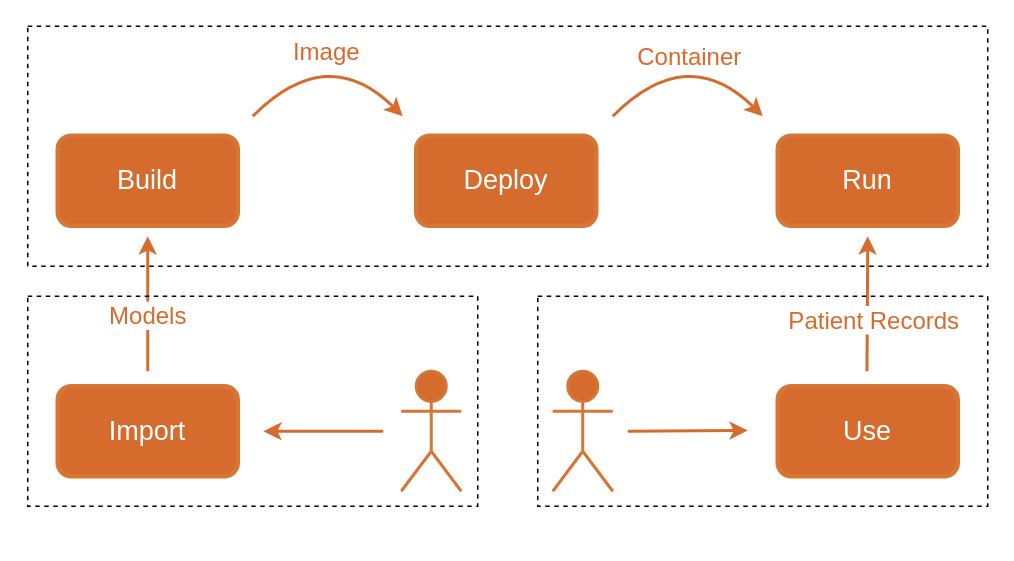
Before: Draw.io/Three Stakeholders' work.drawio in kang-theo/Storage, a draw.io diagram. Source tidied: cells renumbered, new cells numbered last; positions are measured from the earlier drawing's top-left corner, leaving out a move shared by most shapes. Both pictures are drawn from the tidied source at 150%, with x=0, y=0 at pixel (27, 26).
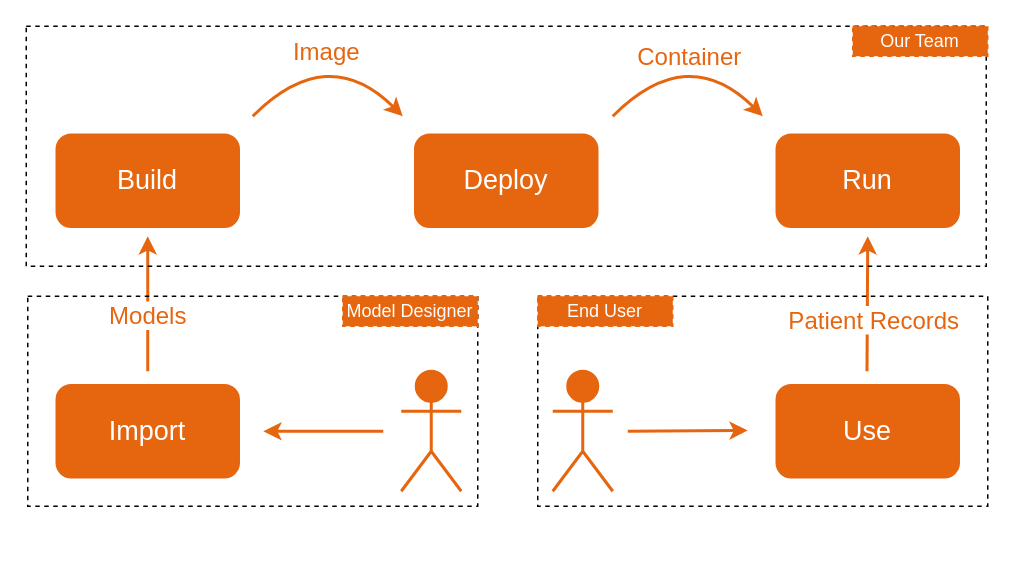
After the change.

Change to the diagram source:
```diff
@@
-    <mxCell id="2" value="Build" style="rounded=1;whiteSpace=wrap;html=1;sketch=0;fontSize=18;fontColor=#FFFFFF;strokeColor=#D77535;strokeWidth=3;fillColor=#D56C2D;" parent="1" vertex="1">
+    <mxCell id="2" value="Build" style="rounded=1;whiteSpace=wrap;html=1;sketch=0;fontSize=18;fontColor=#FFFFFF;strokeColor=#E6650F;strokeWidth=3;fillColor=#E6650F;" parent="1" vertex="1">
       <mxGeometry x="20" y="73" width="120" height="60" as="geometry" />
     </mxCell>
-    <mxCell id="3" value="Deploy" style="rounded=1;whiteSpace=wrap;html=1;sketch=0;fontSize=18;fontColor=#FFFFFF;strokeColor=#D77535;strokeWidth=3;fillColor=#D56C2D;" parent="1" vertex="1">
+    <mxCell id="3" value="Deploy" style="rounded=1;whiteSpace=wrap;html=1;sketch=0;fontSize=18;fontColor=#FFFFFF;strokeColor=#E6650F;strokeWidth=3;fillColor=#E6650F;" parent="1" vertex="1">
       <mxGeometry x="259" y="73" width="120" height="60" as="geometry" />
     </mxCell>
-    <mxCell id="4" value="Run" style="rounded=1;whiteSpace=wrap;html=1;sketch=0;fontSize=18;fontColor=#FFFFFF;strokeColor=#D77535;strokeWidth=3;fillColor=#D56C2D;" parent="1" vertex="1">
+    <mxCell id="4" value="Run" style="rounded=1;whiteSpace=wrap;html=1;sketch=0;fontSize=18;fontColor=#FFFFFF;strokeColor=#E6650F;strokeWidth=3;fillColor=#E6650F;" parent="1" vertex="1">
       <mxGeometry x="500" y="73" width="120" height="60" as="geometry" />
     </mxCell>
-    <mxCell id="5" value="Import" style="rounded=1;whiteSpace=wrap;html=1;sketch=0;fontSize=18;fontColor=#FFFFFF;strokeColor=#D77535;strokeWidth=3;fillColor=#D56C2D;" parent="1" vertex="1">
+    <mxCell id="5" value="Import" style="rounded=1;whiteSpace=wrap;html=1;sketch=0;fontSize=18;fontColor=#FFFFFF;strokeColor=#E6650F;strokeWidth=3;fillColor=#E6650F;" parent="1" vertex="1">
       <mxGeometry x="20" y="240" width="120" height="60" as="geometry" />
     </mxCell>
-    <mxCell id="6" value="Use" style="rounded=1;whiteSpace=wrap;html=1;sketch=0;fontSize=18;fontColor=#FFFFFF;strokeColor=#D77535;strokeWidth=3;fillColor=#D56C2D;" parent="1" vertex="1">
+    <mxCell id="6" value="Use" style="rounded=1;whiteSpace=wrap;html=1;sketch=0;fontSize=18;fontColor=#FFFFFF;strokeColor=#E6650F;strokeWidth=3;fillColor=#E6650F;" parent="1" vertex="1">
       <mxGeometry x="500" y="240" width="120" height="60" as="geometry" />
     </mxCell>
-    <mxCell id="7" value="Actor" style="shape=umlActor;verticalLabelPosition=bottom;verticalAlign=top;html=1;sketch=0;fontSize=18;fontColor=#FFFFFF;strokeColor=#D77535;strokeWidth=2;fillColor=#D56C2D;" parent="1" vertex="1">
+    <mxCell id="7" value="Actor" style="shape=umlActor;verticalLabelPosition=bottom;verticalAlign=top;html=1;sketch=0;fontSize=18;fontColor=#FFFFFF;strokeColor=#E6650F;strokeWidth=2;fillColor=#E6650F;" parent="1" vertex="1">
       <mxGeometry x="249" y="230" width="40" height="80" as="geometry" />
     </mxCell>
-    <mxCell id="8" value="Actor" style="shape=umlActor;verticalLabelPosition=bottom;verticalAlign=top;html=1;sketch=0;fontSize=18;fontColor=#FFFFFF;strokeColor=#D77535;strokeWidth=2;fillColor=#D56C2D;" parent="1" vertex="1">
+    <mxCell id="8" value="Actor" style="shape=umlActor;verticalLabelPosition=bottom;verticalAlign=top;html=1;sketch=0;fontSize=18;fontColor=#FFFFFF;strokeColor=#E6650F;strokeWidth=2;fillColor=#E6650F;" parent="1" vertex="1">
       <mxGeometry x="350" y="230" width="40" height="80" as="geometry" />
     </mxCell>
-    <mxCell id="9" style="endArrow=classic;html=1;sketch=0;fontSize=18;fontColor=#FFFFFF;strokeColor=#D56C2D;strokeWidth=2;curved=1;" parent="1" edge="1">
+    <mxCell id="9" style="endArrow=classic;html=1;sketch=0;fontSize=18;fontColor=#FFFFFF;strokeColor=#E6650F;strokeWidth=2;curved=1;" parent="1" edge="1">
       <mxGeometry relative="1" as="geometry">
         <mxPoint x="150" y="60" as="sourcePoint" />
         <mxPoint x="250" y="60" as="targetPoint" />
         <Array as="points">
           <mxPoint x="200" y="10" />
         </Array>
       </mxGeometry>
     </mxCell>
-    <mxCell id="10" value="Image" style="edgeLabel;html=1;align=center;verticalAlign=middle;fontSize=16;fontColor=#D56C2D;" parent="9" vertex="1">
+    <mxCell id="10" value="Image" style="edgeLabel;html=1;align=center;verticalAlign=middle;fontSize=16;fontColor=#E6650F;" parent="9" vertex="1">
       <mxGeometry x="-0.23" y="-12" relative="1" as="geometry">
         <mxPoint x="2" y="-14" as="offset" />
       </mxGeometry>
     </mxCell>
-    <mxCell id="11" style="endArrow=classic;html=1;sketch=0;fontSize=18;fontColor=#FFFFFF;strokeColor=#D56C2D;strokeWidth=2;curved=1;" parent="1" edge="1">
+    <mxCell id="11" style="endArrow=classic;html=1;sketch=0;fontSize=18;fontColor=#FFFFFF;strokeColor=#E6650F;strokeWidth=2;curved=1;" parent="1" edge="1">
       <mxGeometry relative="1" as="geometry">
         <mxPoint x="390" y="60" as="sourcePoint" />
         <mxPoint x="490" y="60" as="targetPoint" />
         <Array as="points">
           <mxPoint x="440" y="10" />
         </Array>
       </mxGeometry>
     </mxCell>
-    <mxCell id="12" value="Container" style="edgeLabel;html=1;align=center;verticalAlign=middle;fontSize=16;fontColor=#D56C2D;" parent="11" vertex="1">
+    <mxCell id="12" value="Container" style="edgeLabel;html=1;align=center;verticalAlign=middle;fontSize=16;fontColor=#E6650F;" parent="11" vertex="1">
       <mxGeometry x="-0.3" y="-17" relative="1" as="geometry">
         <mxPoint x="4" y="-18" as="offset" />
       </mxGeometry>
     </mxCell>
-    <mxCell id="13" style="endArrow=classic;html=1;sketch=0;fontSize=18;fontColor=#FFFFFF;strokeColor=#D56C2D;strokeWidth=2;curved=1;" parent="1" edge="1">
+    <mxCell id="13" style="endArrow=classic;html=1;sketch=0;fontSize=18;fontColor=#FFFFFF;strokeColor=#E6650F;strokeWidth=2;curved=1;" parent="1" edge="1">
       <mxGeometry relative="1" as="geometry">
         <mxPoint x="80" y="230" as="sourcePoint" />
         <mxPoint x="80" y="140" as="targetPoint" />
       </mxGeometry>
     </mxCell>
-    <mxCell id="14" value="&lt;font style=&quot;font-size: 16px;&quot;&gt;Models&lt;/font&gt;" style="edgeLabel;html=1;align=center;verticalAlign=top;fontSize=16;fontColor=#D56C2D;" parent="13" vertex="1">
+    <mxCell id="14" value="&lt;font style=&quot;font-size: 16px&quot; color=&quot;#e6650f&quot;&gt;Models&lt;/font&gt;" style="edgeLabel;html=1;align=center;verticalAlign=top;fontSize=16;fontColor=#D56C2D;" parent="13" vertex="1">
       <mxGeometry x="0.17" y="1" relative="1" as="geometry" />
     </mxCell>
-    <mxCell id="15" style="endArrow=classic;html=1;sketch=0;fontSize=18;fontColor=#FFFFFF;strokeColor=#D56C2D;strokeWidth=2;curved=1;" parent="1" edge="1">
+    <mxCell id="15" style="endArrow=classic;html=1;sketch=0;fontSize=18;fontColor=#FFFFFF;strokeColor=#E6650F;strokeWidth=2;curved=1;" parent="1" edge="1">
       <mxGeometry relative="1" as="geometry">
         <mxPoint x="559.5" y="230" as="sourcePoint" />
         <mxPoint x="560" y="140" as="targetPoint" />
       </mxGeometry>
     </mxCell>
-    <mxCell id="16" value="Patient Records" style="edgeLabel;html=1;align=center;verticalAlign=top;fontSize=16;fontColor=#D56C2D;" parent="15" vertex="1">
+    <mxCell id="16" value="Patient Records" style="edgeLabel;html=1;align=center;verticalAlign=top;fontSize=16;fontColor=#E6650F;" parent="15" vertex="1">
       <mxGeometry x="0.12" y="-3" relative="1" as="geometry">
         <mxPoint x="1" as="offset" />
       </mxGeometry>
     </mxCell>
-    <mxCell id="17" style="endArrow=classic;html=1;sketch=0;fontSize=18;fontColor=#FFFFFF;strokeColor=#D56C2D;strokeWidth=2;curved=1;" parent="1" edge="1">
+    <mxCell id="17" style="endArrow=classic;html=1;sketch=0;fontSize=18;fontColor=#FFFFFF;strokeColor=#E6650F;strokeWidth=2;curved=1;" parent="1" edge="1">
       <mxGeometry relative="1" as="geometry">
         <mxPoint x="237" y="270" as="sourcePoint" />
         <mxPoint x="157" y="270" as="targetPoint" />
       </mxGeometry>
     </mxCell>
-    <mxCell id="18" style="endArrow=classic;html=1;sketch=0;fontSize=18;fontColor=#FFFFFF;strokeColor=#D56C2D;strokeWidth=2;curved=1;" parent="1" edge="1">
+    <mxCell id="18" style="endArrow=classic;html=1;sketch=0;fontSize=18;fontColor=#FFFFFF;strokeColor=#E6650F;strokeWidth=2;curved=1;" parent="1" edge="1">
       <mxGeometry relative="1" as="geometry">
         <mxPoint x="400" y="270" as="sourcePoint" />
         <mxPoint x="480" y="269.5" as="targetPoint" />
       </mxGeometry>
     </mxCell>
@@
     <mxCell id="21" style="rounded=0;whiteSpace=wrap;html=1;sketch=0;fontSize=18;fontColor=#D56C2D;strokeColor=#000000;strokeWidth=1;fillColor=none;dashed=1;" parent="1" vertex="1">
-      <mxGeometry width="640" height="160" as="geometry" />
+      <mxGeometry x="-1" width="640" height="160" as="geometry" />
     </mxCell>
+    <mxCell id="22" value="Model Designer" style="rounded=0;whiteSpace=wrap;html=1;dashed=1;fillColor=#E6650F;fontColor=#FFFFFF;strokeColor=#E6650F;" parent="1" vertex="1">
+      <mxGeometry x="210" y="180" width="90" height="20" as="geometry" />
+    </mxCell>
+    <mxCell id="23" value="End User" style="rounded=0;whiteSpace=wrap;html=1;dashed=1;fontColor=#FFFFFF;fillColor=#E6650F;strokeColor=#E6650F;" parent="1" vertex="1">
+      <mxGeometry x="340" y="180" width="90" height="20" as="geometry" />
+    </mxCell>
+    <mxCell id="24" value="Our Team" style="rounded=0;whiteSpace=wrap;html=1;dashed=1;fillColor=#E6650F;fontColor=#FFFFFF;strokeColor=#E6650F;" parent="1" vertex="1">
+      <mxGeometry x="550" width="90" height="20" as="geometry" />
+    </mxCell>
```
